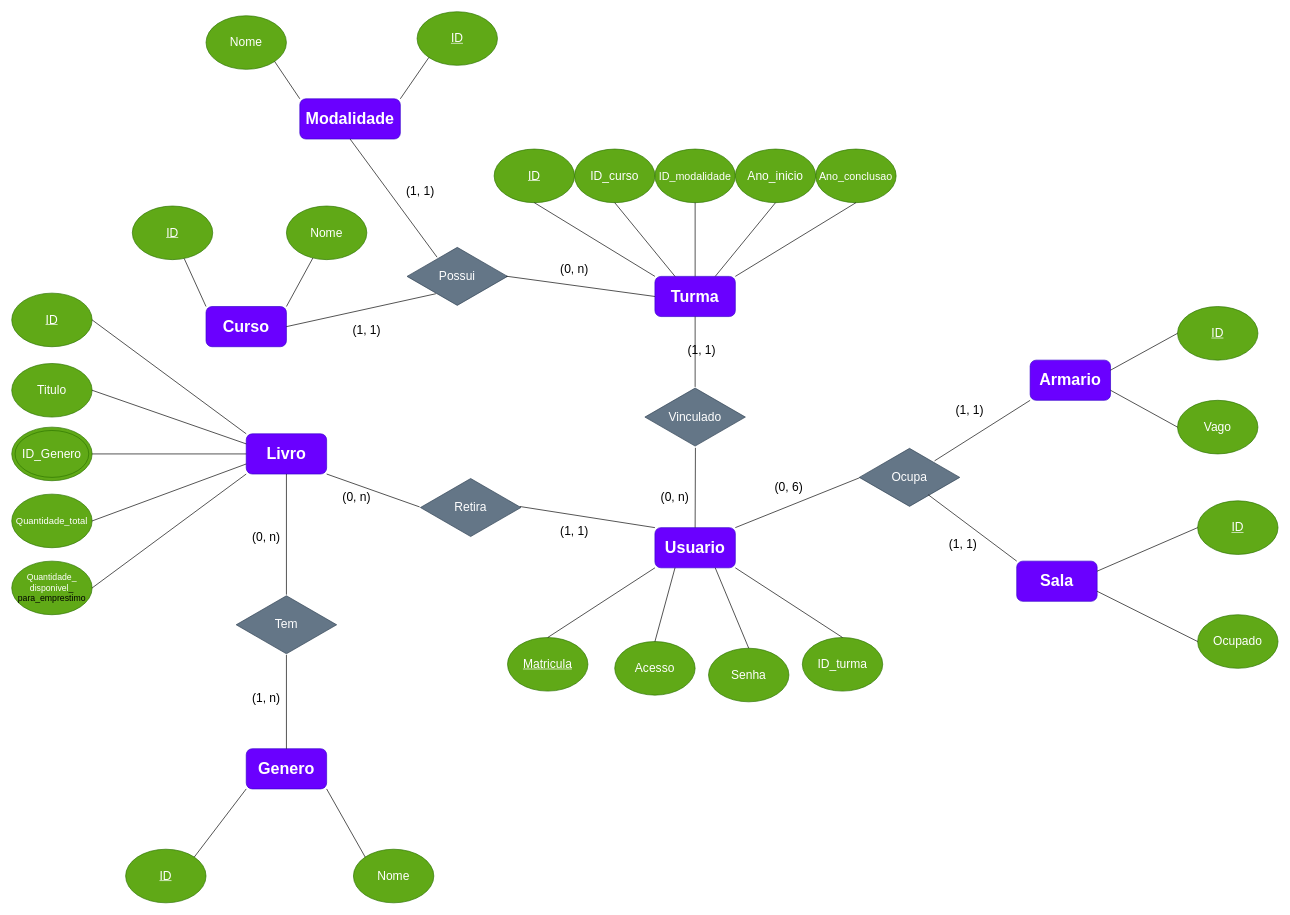
This is Modelo_conceitual_bd.drawio from Sediclaneto/Projeto_biblioteca, a draw.io file, before an edit. Source tidied: cells renumbered, new cells numbered last; positions are measured from the earlier drawing's top-left corner, leaving out a move shared by most shapes. Both pictures are drawn from the tidied source at 67%, with x=0, y=0 at pixel (11, 11).
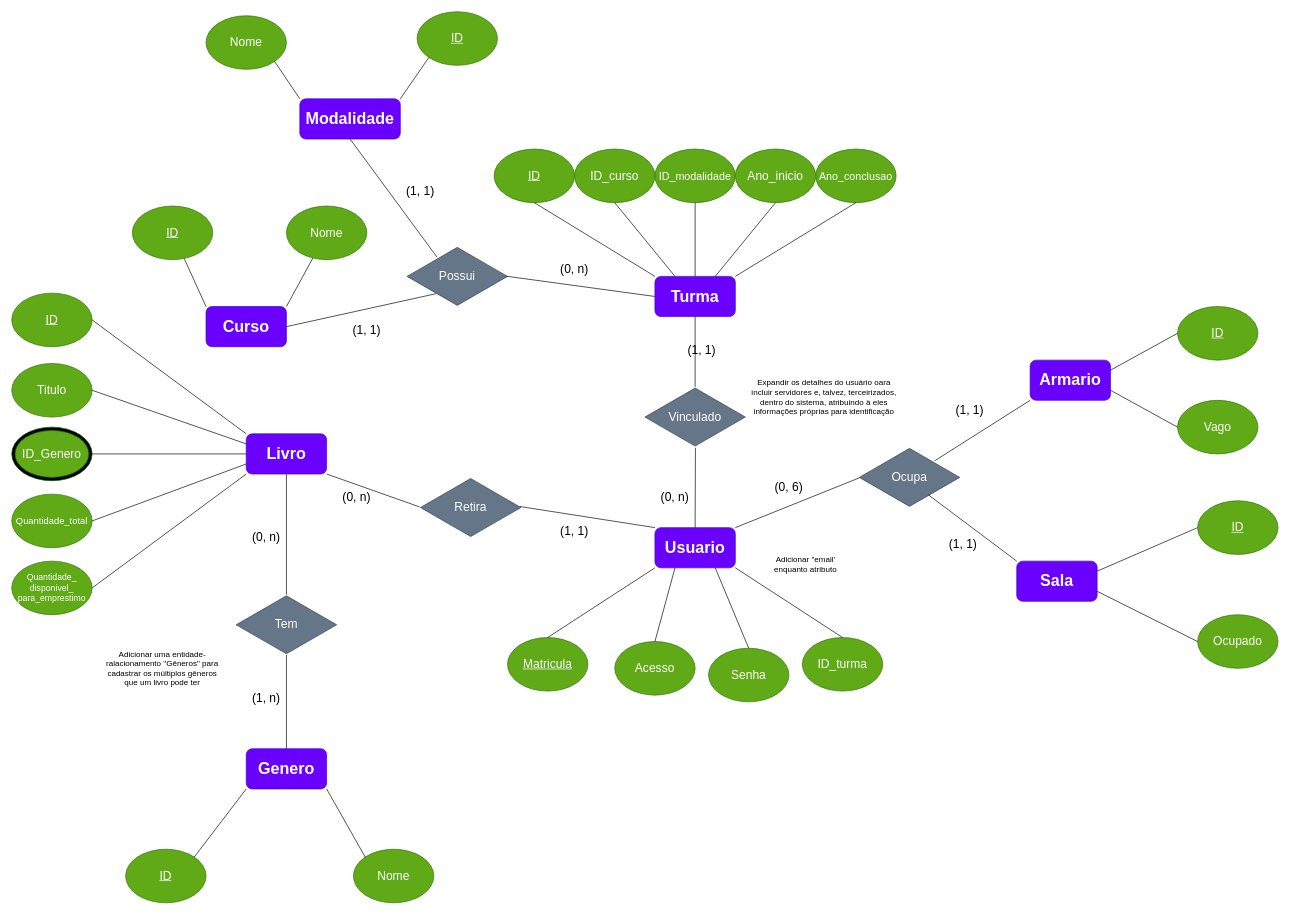
After the change.

The edit, as a diff of the source:
```diff
@@
-    <mxCell id="11" style="ellipse;whiteSpace=wrap;html=1;fillColor=#60a917;fontColor=#ffffff;strokeColor=#2D7600;" parent="1" vertex="1">
+    <mxCell id="11" style="ellipse;whiteSpace=wrap;html=1;fillColor=#000000;fontColor=#ffffff;strokeColor=#005700;" parent="1" vertex="1">
       <mxGeometry y="620" width="120" height="80" as="geometry" />
     </mxCell>
@@
-    <mxCell id="27" value="&lt;font style=&quot;font-size: 13px;&quot;&gt;Quantidade_&lt;/font&gt;&lt;div&gt;&lt;font style=&quot;font-size: 13px;&quot;&gt;disponivel&lt;span style=&quot;background-color: transparent; color: light-dark(rgb(0, 0, 0), rgb(255, 255, 255));&quot;&gt;_&lt;/span&gt;&lt;/font&gt;&lt;/div&gt;&lt;div&gt;&lt;span style=&quot;background-color: transparent; color: light-dark(rgb(0, 0, 0), rgb(255, 255, 255));&quot;&gt;&lt;font style=&quot;font-size: 13px;&quot;&gt;para_emprestimo&lt;/font&gt;&lt;/span&gt;&lt;/div&gt;" style="ellipse;whiteSpace=wrap;html=1;fillColor=#60a917;fontColor=#ffffff;strokeColor=#2D7600;" parent="1" vertex="1">
+    <mxCell id="27" value="&lt;font style=&quot;font-size: 13px; color: rgb(255, 255, 255);&quot;&gt;Quantidade_&lt;/font&gt;&lt;div&gt;&lt;font style=&quot;font-size: 13px; color: rgb(255, 255, 255);&quot;&gt;disponivel&lt;span style=&quot;background-color: transparent;&quot;&gt;_&lt;/span&gt;&lt;/font&gt;&lt;/div&gt;&lt;div&gt;&lt;span style=&quot;background-color: transparent;&quot;&gt;&lt;font style=&quot;font-size: 13px; color: rgb(255, 255, 255);&quot;&gt;para_emprestimo&lt;/font&gt;&lt;/span&gt;&lt;/div&gt;" style="ellipse;whiteSpace=wrap;html=1;fillColor=#60a917;fontColor=#ffffff;strokeColor=#2D7600;" parent="1" vertex="1">
       <mxGeometry y="820" width="120" height="80" as="geometry" />
     </mxCell>
@@
+    <mxCell id="88" value="Adicionar uma entidade-ralacionamento &quot;Gêneros&quot; para cadastrar os múltiplos gêneros que um livro pode ter" style="text;html=1;align=center;verticalAlign=middle;whiteSpace=wrap;rounded=0;" parent="1" vertex="1">
+      <mxGeometry x="140" y="935" width="170" height="90" as="geometry" />
+    </mxCell>
+    <mxCell id="89" value="Expandir os detalhes do usuário oara incluir servidores e, talvez, terceirizados, dentro do sistema, atribuindo à eles informações próprias para identificação" style="text;html=1;align=center;verticalAlign=middle;whiteSpace=wrap;rounded=0;" parent="1" vertex="1">
+      <mxGeometry x="1095" y="520" width="235" height="110" as="geometry" />
+    </mxCell>
+    <mxCell id="90" value="Adicionar &quot;email' enquanto atributo" style="text;html=1;align=center;verticalAlign=middle;whiteSpace=wrap;rounded=0;" parent="1" vertex="1">
+      <mxGeometry x="1130" y="810" width="110" height="30" as="geometry" />
+    </mxCell>
```
